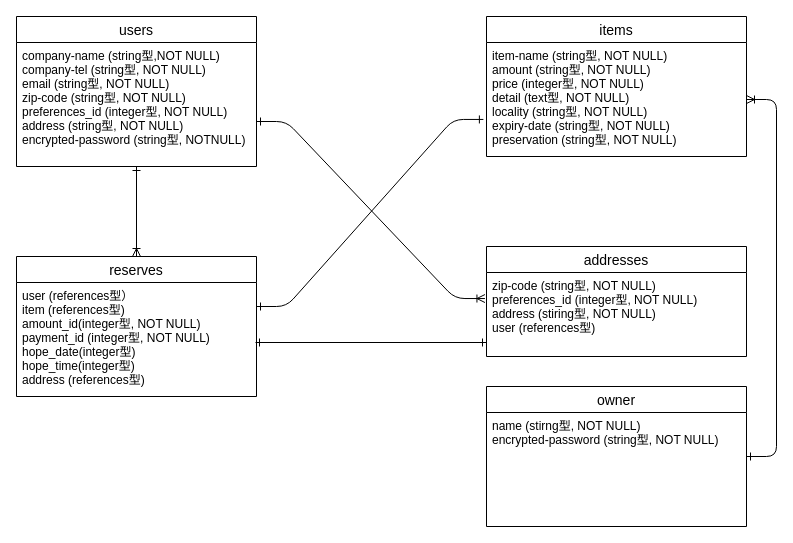
Before: meat.dio in Jun-Tagami/beginner-s-butcher-shop, a draw.io diagram. Source tidied: cells renumbered, new cells numbered last; positions are measured from the earlier drawing's top-left corner, leaving out a move shared by most shapes. Both pictures are drawn from the tidied source at 100%, with x=0, y=0 at pixel (16, 16).
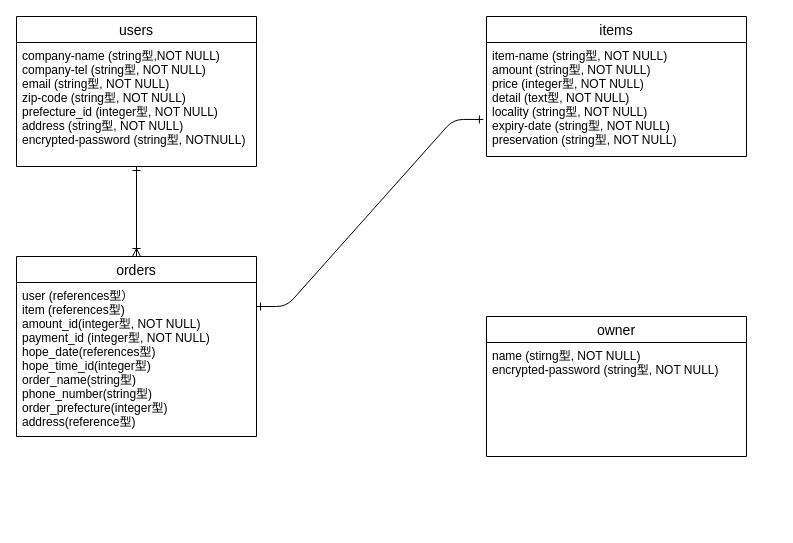
After the change.

Change to the diagram source:
```diff
@@
 <mxGraphModel>
   <root>
     <mxCell id="0" />
     <mxCell id="1" parent="0" />
     <mxCell id="2" value="users" style="swimlane;fontStyle=0;horizontal=1;startSize=26;align=center;fontSize=14;" parent="1" vertex="1">
       <mxGeometry width="240" height="150" as="geometry" />
     </mxCell>
-    <mxCell id="3" value="company-name (string型,NOT NULL)&#10;company-tel (string型, NOT NULL)&#10;email (string型, NOT NULL)&#10;zip-code (string型, NOT NULL)&#10;preferences_id (integer型, NOT NULL)&#10;address (string型, NOT NULL)&#10;encrypted-password (string型, NOTNULL)" style="text;strokeColor=none;fillColor=none;spacingLeft=4;spacingRight=4;overflow=hidden;points=[[0,0.5],[1,0.5]];portConstraint=eastwest;fontSize=12;" parent="2" vertex="1">
+    <mxCell id="3" value="company-name (string型,NOT NULL)&#10;company-tel (string型, NOT NULL)&#10;email (string型, NOT NULL)&#10;zip-code (string型, NOT NULL)&#10;prefecture_id (integer型, NOT NULL)&#10;address (string型, NOT NULL)&#10;encrypted-password (string型, NOTNULL)" style="text;strokeColor=none;fillColor=none;spacingLeft=4;spacingRight=4;overflow=hidden;points=[[0,0.5],[1,0.5]];portConstraint=eastwest;fontSize=12;" parent="2" vertex="1">
       <mxGeometry y="26" width="240" height="124" as="geometry" />
     </mxCell>
     <mxCell id="4" value="items" style="swimlane;fontStyle=0;horizontal=1;startSize=26;align=center;fontSize=14;" parent="1" vertex="1">
       <mxGeometry x="470" width="260" height="140" as="geometry" />
     </mxCell>
     <mxCell id="5" value="item-name (string型, NOT NULL)&#10;amount (string型, NOT NULL)&#10;price (integer型, NOT NULL)&#10;detail (text型, NOT NULL)&#10;locality (string型, NOT NULL)&#10;expiry-date (string型, NOT NULL)&#10;preservation (string型, NOT NULL)" style="text;strokeColor=none;fillColor=none;spacingLeft=4;spacingRight=4;overflow=hidden;points=[[0,0.5],[1,0.5]];portConstraint=eastwest;fontSize=12;" parent="4" vertex="1">
       <mxGeometry y="26" width="260" height="114" as="geometry" />
     </mxCell>
-    <mxCell id="6" value="addresses" style="swimlane;fontStyle=0;horizontal=1;startSize=26;align=center;fontSize=14;" parent="1" vertex="1">
-      <mxGeometry x="470" y="230" width="260" height="110" as="geometry" />
-    </mxCell>
-    <mxCell id="7" value="zip-code (string型, NOT NULL)&#10;preferences_id (integer型, NOT NULL)&#10;address (stiring型, NOT NULL)&#10;user (references型)&#10;&#10;" style="text;strokeColor=none;fillColor=none;spacingLeft=4;spacingRight=4;overflow=hidden;points=[[0,0.5],[1,0.5]];portConstraint=eastwest;fontSize=12;" parent="6" vertex="1">
-      <mxGeometry y="26" width="260" height="84" as="geometry" />
-    </mxCell>
-    <mxCell id="8" value="reserves" style="swimlane;fontStyle=0;horizontal=1;startSize=26;align=center;fontSize=14;" parent="1" vertex="1">
-      <mxGeometry y="240" width="240" height="140" as="geometry" />
+    <mxCell id="8" value="orders" style="swimlane;fontStyle=0;horizontal=1;startSize=26;align=center;fontSize=14;" parent="1" vertex="1">
+      <mxGeometry y="240" width="240" height="180" as="geometry" />
     </mxCell>
-    <mxCell id="9" value="user (references型）&#10;item (references型)&#10;amount_id(integer型, NOT NULL)&#10;payment_id (integer型, NOT NULL)&#10;hope_date(integer型)&#10;hope_time(integer型)&#10;address (references型)&#10;&#10;" style="text;strokeColor=none;fillColor=none;spacingLeft=4;spacingRight=4;overflow=hidden;fontSize=12;" parent="8" vertex="1">
-      <mxGeometry y="26" width="240" height="114" as="geometry" />
+    <mxCell id="9" value="user (references型）&#10;item (references型)&#10;amount_id(integer型, NOT NULL)&#10;payment_id (integer型, NOT NULL)&#10;hope_date(references型)&#10;hope_time_id(integer型)&#10;order_name(string型)&#10;phone_number(string型)&#10;order_prefecture(integer型)&#10;address(reference型)" style="text;strokeColor=none;fillColor=none;spacingLeft=4;spacingRight=4;overflow=hidden;fontSize=12;" parent="8" vertex="1">
+      <mxGeometry y="26" width="240" height="154" as="geometry" />
     </mxCell>
-    <mxCell id="10" style="fontSize=12;html=1;endArrow=ERone;endFill=0;targetPerimeterSpacing=6;sourcePerimeterSpacing=6;startArrow=ERone;startFill=0;exitX=0.994;exitY=0.14;exitDx=0;exitDy=0;exitPerimeter=0;" parent="1" edge="1">
-      <mxGeometry relative="1" as="geometry">
-        <mxPoint x="239" y="326" as="sourcePoint" />
-        <mxPoint x="470" y="326" as="targetPoint" />
-      </mxGeometry>
-    </mxCell>
     <mxCell id="11" style="fontSize=12;html=1;endArrow=ERone;endFill=1;startArrow=ERoneToMany;startFill=0;exitX=0.5;exitY=0;exitDx=0;exitDy=0;entryX=0.5;entryY=1;entryDx=0;entryDy=0;entryPerimeter=0;" parent="1" edge="1" source="8" target="3">
       <mxGeometry relative="1" as="geometry" />
     </mxCell>
-    <mxCell id="12" style="edgeStyle=entityRelationEdgeStyle;fontSize=12;html=1;endArrow=ERoneToMany;startArrow=ERone;startFill=0;endFill=0;entryX=-0.006;entryY=0.31;entryDx=0;entryDy=0;entryPerimeter=0;" parent="1" edge="1" target="7">
-      <mxGeometry relative="1" as="geometry">
-        <mxPoint x="240" y="105" as="sourcePoint" />
-      </mxGeometry>
-    </mxCell>
     <mxCell id="13" style="edgeStyle=entityRelationEdgeStyle;fontSize=12;html=1;endArrow=ERone;entryX=-0.012;entryY=0.675;entryDx=0;entryDy=0;entryPerimeter=0;startArrow=ERone;startFill=0;endFill=0;" parent="1" edge="1" target="5">
       <mxGeometry relative="1" as="geometry">
         <mxPoint x="240" y="290" as="sourcePoint" />
       </mxGeometry>
     </mxCell>
-    <mxCell id="14" style="edgeStyle=entityRelationEdgeStyle;fontSize=12;html=1;endArrow=ERoneToMany;startArrow=ERone;startFill=0;" parent="1" edge="1" target="5">
-      <mxGeometry relative="1" as="geometry">
-        <mxPoint x="730" y="440" as="sourcePoint" />
-      </mxGeometry>
-    </mxCell>
     <mxCell id="15" value="owner" style="swimlane;fontStyle=0;horizontal=1;startSize=26;align=center;fontSize=14;" parent="1" vertex="1">
-      <mxGeometry x="470" y="370" width="260" height="140" as="geometry" />
+      <mxGeometry x="470" y="300" width="260" height="140" as="geometry" />
     </mxCell>
     <mxCell id="16" value="name (stirng型, NOT NULL)&#10;encrypted-password (string型, NOT NULL)&#10;" style="text;strokeColor=none;fillColor=none;spacingLeft=4;spacingRight=4;overflow=hidden;fontSize=12;" parent="15" vertex="1">
       <mxGeometry y="26" width="260" height="114" as="geometry" />
     </mxCell>
   </root>
 </mxGraphModel>
```
